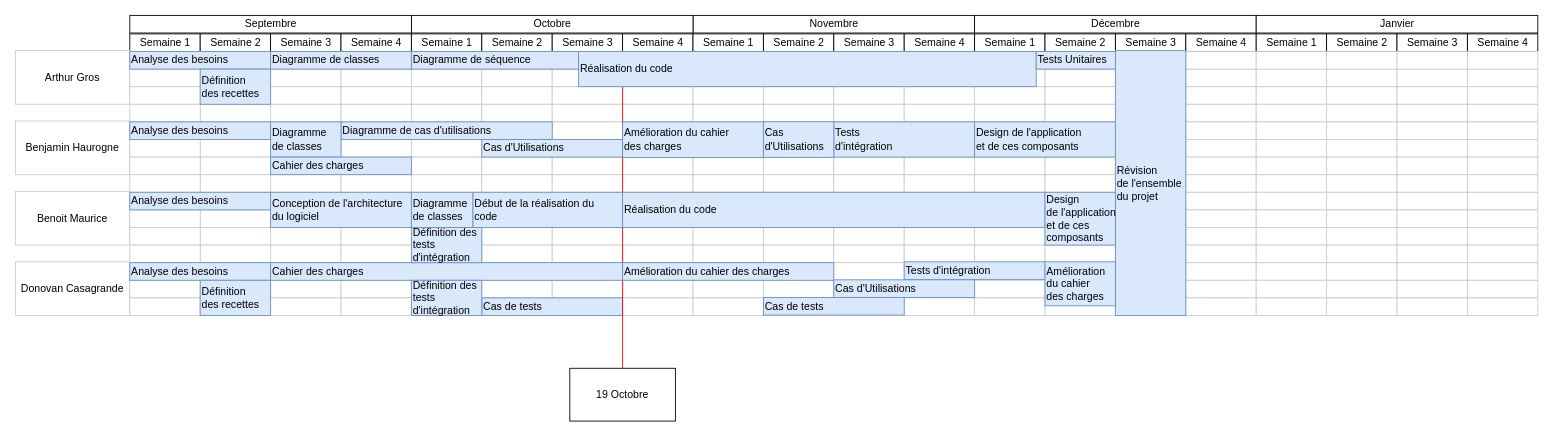
BMaurice56/Tamagotchi keeps this draw.io diagram as Gantt.drawio. Above is the earlier version. Source tidied: cells renumbered, new cells numbered last; positions are measured from the earlier drawing's top-left corner, leaving out a move shared by most shapes. Both pictures are drawn from the tidied source at 88%, with x=0, y=0 at pixel (15, 15).
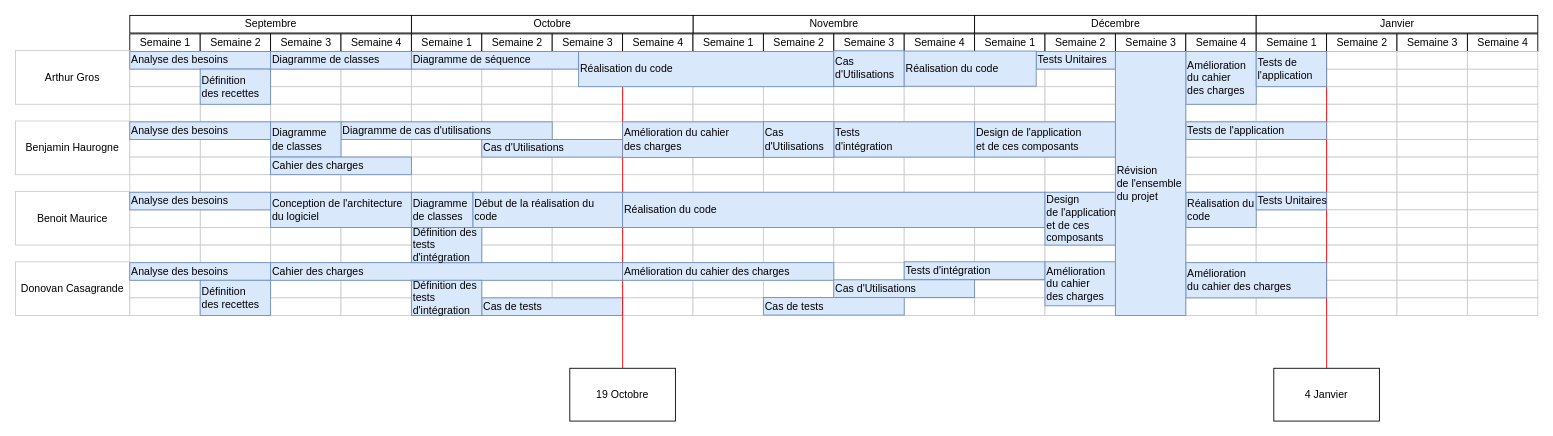
The same page after the edit.

Commit message:
Mettre à jour Gantt.drawio

Diff of the diagram source:
```diff
@@
     <mxCell id="73" style="align=left;strokeColor=#CCCCCC;html=1;" parent="1" vertex="1">
-      <mxGeometry x="690" y="181" width="80" height="20" as="geometry" />
+      <mxGeometry x="1480" y="172" width="80" height="20" as="geometry" />
     </mxCell>
@@
-    <mxCell id="190" style="align=left;strokeColor=#CCCCCC;html=1;" parent="1" vertex="1">
-      <mxGeometry x="1330" y="141" width="80" height="20" as="geometry" />
-    </mxCell>
@@
     <mxCell id="351" value="Réalisation du code" style="align=left;strokeColor=#6c8ebf;html=1;fillColor=#dae8fc;" parent="1" vertex="1">
-      <mxGeometry x="640" y="41" width="520" height="40" as="geometry" />
+      <mxGeometry x="640" y="41" width="290" height="40" as="geometry" />
     </mxCell>
@@
-    <mxCell id="362" value="Révision&lt;br&gt;de l'ensemble&lt;br&gt;du projet" style="align=left;strokeColor=#6c8ebf;html=1;fillColor=#dae8fc;" parent="1" vertex="1">
-      <mxGeometry x="1250" y="40" width="80" height="301" as="geometry" />
-    </mxCell>
@@
+    <mxCell id="366" style="endArrow=none;html=1;rounded=0;strokeColor=#FF0000;" parent="1" edge="1">
+      <mxGeometry relative="1" as="geometry">
+        <mxPoint x="1490" y="41" as="sourcePoint" />
+        <mxPoint x="1490" y="402" as="targetPoint" />
+      </mxGeometry>
+    </mxCell>
+    <mxCell id="367" value="4 Janvier" style="rounded=0;whiteSpace=wrap;html=1;" parent="1" vertex="1">
+      <mxGeometry x="1430" y="401" width="120" height="60" as="geometry" />
+    </mxCell>
+    <mxCell id="368" value="Réalisation du&lt;br&gt;code" style="align=left;strokeColor=#6c8ebf;html=1;fillColor=#dae8fc;" parent="1" vertex="1">
+      <mxGeometry x="1330" y="201" width="80" height="40" as="geometry" />
+    </mxCell>
+    <mxCell id="369" value="Amélioration&lt;br&gt;du cahier des charges" style="align=left;strokeColor=#6c8ebf;html=1;fillColor=#dae8fc;" parent="1" vertex="1">
+      <mxGeometry x="1330" y="281" width="160" height="40" as="geometry" />
+    </mxCell>
+    <mxCell id="370" value="Tests Unitaires" style="align=left;strokeColor=#6c8ebf;html=1;fillColor=#dae8fc;" parent="1" vertex="1">
+      <mxGeometry x="1410" y="201" width="80" height="20" as="geometry" />
+    </mxCell>
+    <mxCell id="371" value="Amélioration&lt;br&gt;du cahier&lt;br&gt;des charges" style="align=left;strokeColor=#6c8ebf;html=1;fillColor=#dae8fc;" parent="1" vertex="1">
+      <mxGeometry x="1330" y="41" width="80" height="60" as="geometry" />
+    </mxCell>
+    <mxCell id="372" value="Cas&lt;br&gt;d'Utilisations" style="align=left;strokeColor=#6c8ebf;html=1;fillColor=#dae8fc;" parent="1" vertex="1">
+      <mxGeometry x="930" y="40.2" width="80" height="40.5" as="geometry" />
+    </mxCell>
+    <mxCell id="373" value="Réalisation du code" style="align=left;strokeColor=#6c8ebf;html=1;fillColor=#dae8fc;" parent="1" vertex="1">
+      <mxGeometry x="1010" y="40.5" width="150" height="40" as="geometry" />
+    </mxCell>
+    <mxCell id="374" value="Tests de&lt;br&gt;l'application" style="align=left;strokeColor=#6c8ebf;html=1;fillColor=#dae8fc;" parent="1" vertex="1">
+      <mxGeometry x="1410" y="41" width="80" height="40" as="geometry" />
+    </mxCell>
+    <mxCell id="190" style="align=left;strokeColor=#CCCCCC;html=1;" parent="1" vertex="1">
+      <mxGeometry x="1330" y="141" width="80" height="20" as="geometry" />
+    </mxCell>
+    <mxCell id="375" value="Tests de l'application" style="align=left;strokeColor=#6c8ebf;html=1;fillColor=#dae8fc;" parent="1" vertex="1">
+      <mxGeometry x="1330" y="121" width="160" height="20" as="geometry" />
+    </mxCell>
+    <mxCell id="362" value="Révision&lt;br&gt;de l'ensemble&lt;br&gt;du projet" style="align=left;strokeColor=#6c8ebf;html=1;fillColor=#dae8fc;" parent="1" vertex="1">
+      <mxGeometry x="1250" y="41" width="80" height="300" as="geometry" />
+    </mxCell>
```
